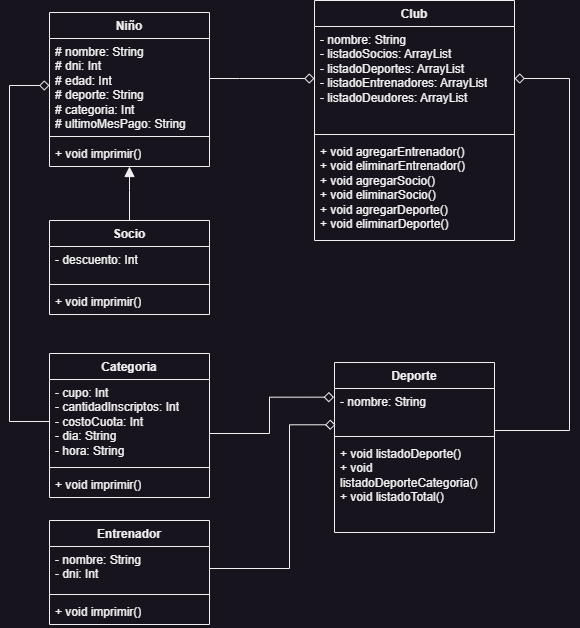
Above: uml-algoritmos.png in fraan221/proyecto-4 (draw.io), before the change. Source tidied: cells renumbered, new cells last; positions are measured from the earlier drawing's top-left corner, leaving out a move shared by most shapes.
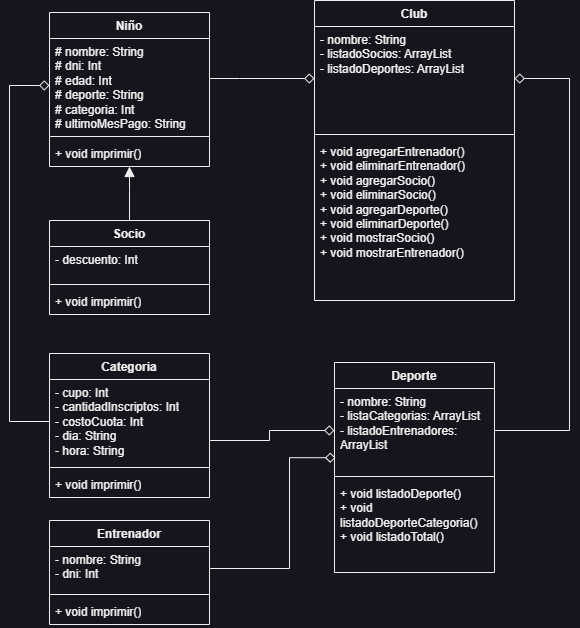
After the change.

The edit, as a diff of the source:
```diff
@@ -35,28 +35,28 @@
       <mxGeometry y="128" width="160" height="26" as="geometry" />
     </mxCell>
     <mxCell id="11" value="Deporte" style="swimlane;fontStyle=1;align=center;verticalAlign=top;horizontal=1;startSize=26;whiteSpace=wrap;html=1;" parent="1" vertex="1">
-      <mxGeometry x="325" y="362" width="160" height="170" as="geometry" />
+      <mxGeometry x="325" y="362" width="160" height="210" as="geometry" />
     </mxCell>
-    <mxCell id="12" value="&lt;div style=&quot;forced-color-adjust: none; border-color: rgb(0, 0, 0); color: rgb(240, 240, 240); font-family: Helvetica; font-size: 12px; font-style: normal; font-variant-ligatures: normal; font-variant-caps: normal; font-weight: 400; letter-spacing: normal; orphans: 2; text-align: left; text-indent: 0px; text-transform: none; widows: 2; word-spacing: 0px; -webkit-text-stroke-width: 0px; white-space: normal; text-decoration-thickness: initial; text-decoration-style: initial; text-decoration-color: initial;&quot;&gt;- nombre: String&lt;/div&gt;&lt;div style=&quot;forced-color-adjust: none; border-color: rgb(0, 0, 0); color: rgb(240, 240, 240); font-family: Helvetica; font-size: 12px; font-style: normal; font-variant-ligatures: normal; font-variant-caps: normal; font-weight: 400; letter-spacing: normal; orphans: 2; text-align: left; text-indent: 0px; text-transform: none; widows: 2; word-spacing: 0px; -webkit-text-stroke-width: 0px; white-space: normal; text-decoration-thickness: initial; text-decoration-style: initial; text-decoration-color: initial;&quot;&gt;&lt;br&gt;&lt;/div&gt;" style="text;strokeColor=none;fillColor=none;align=left;verticalAlign=top;spacingLeft=4;spacingRight=4;overflow=hidden;points=[[0,0.5],[1,0.5]];portConstraint=eastwest;whiteSpace=wrap;html=1;labelBackgroundColor=none;" parent="11" vertex="1">
-      <mxGeometry y="26" width="160" height="44" as="geometry" />
+    <mxCell id="12" value="&lt;div style=&quot;forced-color-adjust: none; border-color: rgb(0, 0, 0); color: rgb(240, 240, 240); font-family: Helvetica; font-size: 12px; font-style: normal; font-variant-ligatures: normal; font-variant-caps: normal; font-weight: 400; letter-spacing: normal; orphans: 2; text-align: left; text-indent: 0px; text-transform: none; widows: 2; word-spacing: 0px; -webkit-text-stroke-width: 0px; white-space: normal; text-decoration-thickness: initial; text-decoration-style: initial; text-decoration-color: initial;&quot;&gt;- nombre: String&lt;/div&gt;&lt;div style=&quot;forced-color-adjust: none; border-color: rgb(0, 0, 0); color: rgb(240, 240, 240); font-family: Helvetica; font-size: 12px; font-style: normal; font-variant-ligatures: normal; font-variant-caps: normal; font-weight: 400; letter-spacing: normal; orphans: 2; text-align: left; text-indent: 0px; text-transform: none; widows: 2; word-spacing: 0px; -webkit-text-stroke-width: 0px; white-space: normal; text-decoration-thickness: initial; text-decoration-style: initial; text-decoration-color: initial;&quot;&gt;- listaCategorias: ArrayList&lt;/div&gt;&lt;div style=&quot;forced-color-adjust: none; border-color: rgb(0, 0, 0); color: rgb(240, 240, 240); font-family: Helvetica; font-size: 12px; font-style: normal; font-variant-ligatures: normal; font-variant-caps: normal; font-weight: 400; letter-spacing: normal; orphans: 2; text-align: left; text-indent: 0px; text-transform: none; widows: 2; word-spacing: 0px; -webkit-text-stroke-width: 0px; white-space: normal; text-decoration-thickness: initial; text-decoration-style: initial; text-decoration-color: initial;&quot;&gt;&lt;div&gt;- listadoEntrenadores: ArrayList&lt;/div&gt;&lt;div&gt;&lt;br&gt;&lt;/div&gt;&lt;/div&gt;" style="text;strokeColor=none;fillColor=none;align=left;verticalAlign=top;spacingLeft=4;spacingRight=4;overflow=hidden;points=[[0,0.5],[1,0.5]];portConstraint=eastwest;whiteSpace=wrap;html=1;labelBackgroundColor=none;" parent="11" vertex="1">
+      <mxGeometry y="26" width="160" height="84" as="geometry" />
     </mxCell>
     <mxCell id="13" style="line;strokeWidth=1;fillColor=none;align=left;verticalAlign=middle;spacingTop=-1;spacingLeft=3;spacingRight=3;labelPosition=right;strokeColor=inherit;" parent="11" vertex="1">
-      <mxGeometry y="70" width="160" height="8" as="geometry" />
+      <mxGeometry y="110" width="160" height="8" as="geometry" />
     </mxCell>
     <mxCell id="14" value="+ void listadoDeporte()&lt;div&gt;+ void listadoDeporteCategoria()&lt;/div&gt;&lt;div&gt;+ void listadoTotal()&lt;/div&gt;" style="text;strokeColor=none;fillColor=none;align=left;verticalAlign=top;spacingLeft=4;spacingRight=4;overflow=hidden;whiteSpace=wrap;html=1;" parent="11" vertex="1">
-      <mxGeometry y="78" width="160" height="92" as="geometry" />
+      <mxGeometry y="118" width="160" height="92" as="geometry" />
     </mxCell>
     <mxCell id="15" value="Club" style="swimlane;fontStyle=1;align=center;verticalAlign=top;horizontal=1;startSize=26;whiteSpace=wrap;html=1;" parent="1" vertex="1">
-      <mxGeometry x="305" width="200" height="240" as="geometry" />
+      <mxGeometry x="305" width="200" height="300" as="geometry" />
     </mxCell>
-    <mxCell id="16" value="&lt;div&gt;- nombre: String&lt;/div&gt;- listadoSocios: ArrayList&lt;div&gt;- listadoDeportes: ArrayList&lt;br&gt;&lt;div&gt;- listadoEntrenadores: ArrayList&lt;/div&gt;&lt;/div&gt;&lt;div&gt;- listadoDeudores: ArrayList&lt;/div&gt;" style="text;strokeColor=none;fillColor=none;align=left;verticalAlign=top;spacingLeft=4;spacingRight=4;overflow=hidden;points=[[0,0.5],[1,0.5]];portConstraint=eastwest;whiteSpace=wrap;html=1;" parent="15" vertex="1">
+    <mxCell id="16" value="&lt;div&gt;- nombre: String&lt;/div&gt;- listadoSocios: ArrayList&lt;div&gt;- listadoDeportes: ArrayList&lt;/div&gt;" style="text;strokeColor=none;fillColor=none;align=left;verticalAlign=top;spacingLeft=4;spacingRight=4;overflow=hidden;points=[[0,0.5],[1,0.5]];portConstraint=eastwest;whiteSpace=wrap;html=1;" parent="15" vertex="1">
       <mxGeometry y="26" width="200" height="104" as="geometry" />
     </mxCell>
     <mxCell id="17" style="line;strokeWidth=1;fillColor=none;align=left;verticalAlign=middle;spacingTop=-1;spacingLeft=3;spacingRight=3;labelPosition=right;strokeColor=inherit;" parent="15" vertex="1">
       <mxGeometry y="130" width="200" height="8" as="geometry" />
     </mxCell>
-    <mxCell id="18" value="+ void agregarEntrenador()&lt;div&gt;+ void eliminarEntrenador()&lt;/div&gt;&lt;div&gt;+ void agregarSocio()&lt;div&gt;+ void eliminarSocio()&lt;/div&gt;&lt;div&gt;&lt;span style=&quot;background-color: initial;&quot;&gt;+ void agregarDeporte()&lt;/span&gt;&lt;br&gt;&lt;/div&gt;&lt;/div&gt;&lt;div&gt;+ void eliminarDeporte()&lt;/div&gt;" style="text;strokeColor=none;fillColor=none;align=left;verticalAlign=top;spacingLeft=4;spacingRight=4;overflow=hidden;whiteSpace=wrap;html=1;" parent="15" vertex="1">
-      <mxGeometry y="138" width="200" height="102" as="geometry" />
+    <mxCell id="18" value="+ void agregarEntrenador()&lt;div&gt;+ void eliminarEntrenador()&lt;/div&gt;&lt;div&gt;+ void agregarSocio()&lt;div&gt;+ void eliminarSocio()&lt;/div&gt;&lt;div&gt;&lt;span style=&quot;background-color: initial;&quot;&gt;+ void agregarDeporte()&lt;/span&gt;&lt;br&gt;&lt;/div&gt;&lt;/div&gt;&lt;div&gt;+ void eliminarDeporte()&lt;/div&gt;&lt;div&gt;+ void mostrarSocio()&lt;/div&gt;&lt;div&gt;+ void mostrarEntrenador()&lt;/div&gt;&lt;div&gt;&lt;br&gt;&lt;/div&gt;" style="text;strokeColor=none;fillColor=none;align=left;verticalAlign=top;spacingLeft=4;spacingRight=4;overflow=hidden;whiteSpace=wrap;html=1;" parent="15" vertex="1">
+      <mxGeometry y="138" width="200" height="162" as="geometry" />
     </mxCell>
     <mxCell id="19" style="edgeStyle=orthogonalEdgeStyle;rounded=0;jettySize=auto;html=1;fontSize=12;startSize=8;endSize=8;endArrow=diamond;endFill=0;entryX=0;entryY=0.5;entryDx=0;entryDy=0;" parent="1" edge="1" source="8" target="16">
       <mxGeometry relative="1" as="geometry">
@@ -70,7 +70,7 @@
       <mxGeometry relative="1" as="geometry">
         <Array as="points">
           <mxPoint x="280" y="568" />
-          <mxPoint x="280" y="424" />
+          <mxPoint x="280" y="457" />
         </Array>
       </mxGeometry>
     </mxCell>
@@ -115,11 +115,11 @@
     <mxCell id="30" value="+ void imprimir()" style="text;strokeColor=none;fillColor=none;align=left;verticalAlign=top;spacingLeft=4;spacingRight=4;overflow=hidden;whiteSpace=wrap;html=1;" parent="27" vertex="1">
       <mxGeometry y="118" width="160" height="26" as="geometry" />
     </mxCell>
-    <mxCell id="31" style="edgeStyle=orthogonalEdgeStyle;rounded=0;jettySize=auto;html=1;fontSize=12;startSize=8;endSize=8;entryX=-0.003;entryY=0.197;entryDx=0;entryDy=0;endArrow=diamond;endFill=0;entryPerimeter=0;" parent="1" edge="1" source="28" target="12">
+    <mxCell id="31" style="edgeStyle=orthogonalEdgeStyle;rounded=0;jettySize=auto;html=1;fontSize=12;startSize=8;endSize=8;endArrow=diamond;endFill=0;entryX=0;entryY=0.5;entryDx=0;entryDy=0;" parent="1" edge="1" source="28" target="12">
       <mxGeometry relative="1" as="geometry">
         <Array as="points">
-          <mxPoint x="260" y="433" />
-          <mxPoint x="260" y="397" />
+          <mxPoint x="260" y="440" />
+          <mxPoint x="260" y="430" />
         </Array>
       </mxGeometry>
     </mxCell>
```
